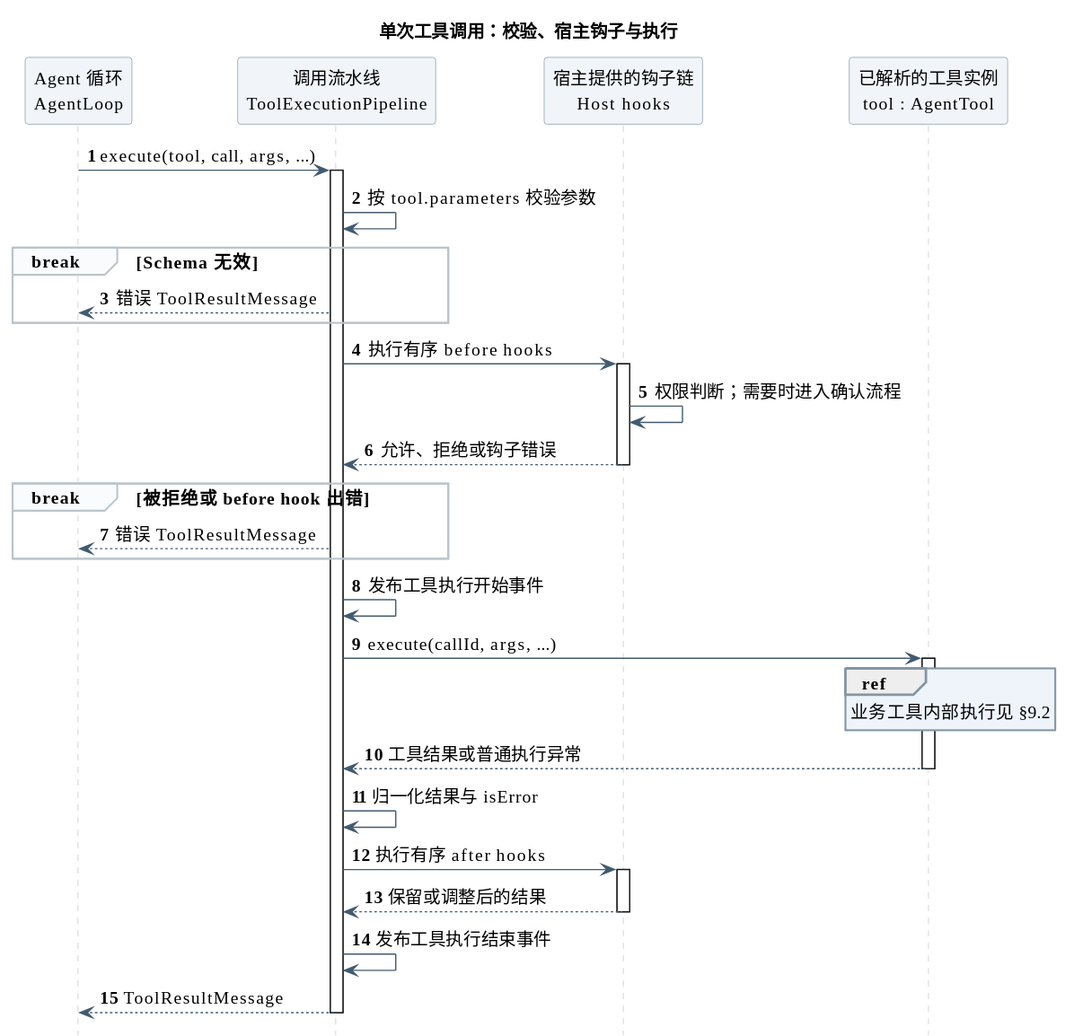
Earlier version of the PlantUML export 01-总体架构/02-CampusClaw工具系统/tool_invocation_pipeline.svg (ssm0808/pi-mono-java-design). Its diagram source:
```plantuml
@startuml
skinparam backgroundColor white
skinparam defaultFontName "PingFang SC"
skinparam defaultFontSize 14
skinparam shadowing false
skinparam sequenceMessageAlign left
skinparam maxMessageSize 210
skinparam sequenceArrowColor #425B70
skinparam sequenceLifeLineBorderColor #BAC4CC
skinparam sequenceParticipantBackgroundColor #F1F5F9
skinparam sequenceParticipantBorderColor #8496A4
skinparam sequenceGroupBackgroundColor #FAFBFC
skinparam sequenceGroupBorderColor #BAC4CC
skinparam sequenceReferenceBackgroundColor #EEF4FA
skinparam sequenceReferenceBorderColor #8496A4
skinparam noteBackgroundColor #FFFBEF
skinparam noteBorderColor #D2C6A5
hide footbox
autonumber

title 单次工具调用：校验、宿主钩子与执行

participant "Agent 循环\nAgentLoop" as Loop
participant "调用流水线\nToolExecutionPipeline" as Pipeline
participant "宿主提供的钩子链\nHost hooks" as Hooks
participant "已解析的工具实例\ntool : AgentTool" as Tool

Loop -> Pipeline ++ : execute(tool, call, args, ...)
Pipeline -> Pipeline : 按 tool.parameters 校验参数
break Schema 无效
  Pipeline --> Loop : 错误 ToolResultMessage
end
Pipeline -> Hooks ++ : 执行有序 before hooks
Hooks -> Hooks : 权限判断；需要时进入确认流程
Hooks --> Pipeline -- : 允许、拒绝或钩子错误
break 被拒绝或 before hook 出错
  Pipeline --> Loop : 错误 ToolResultMessage
end
Pipeline -> Pipeline : 发布工具执行开始事件
Pipeline -> Tool ++ : execute(callId, args, ...)
ref over Tool
  业务工具内部执行见 §9.2
end ref
Tool --> Pipeline -- : 工具结果或普通执行异常
Pipeline -> Pipeline : 归一化结果与 isError
Pipeline -> Hooks ++ : 执行有序 after hooks
Hooks --> Pipeline -- : 保留或调整后的结果
Pipeline -> Pipeline : 发布工具执行结束事件
Pipeline --> Loop -- : ToolResultMessage
@enduml
```
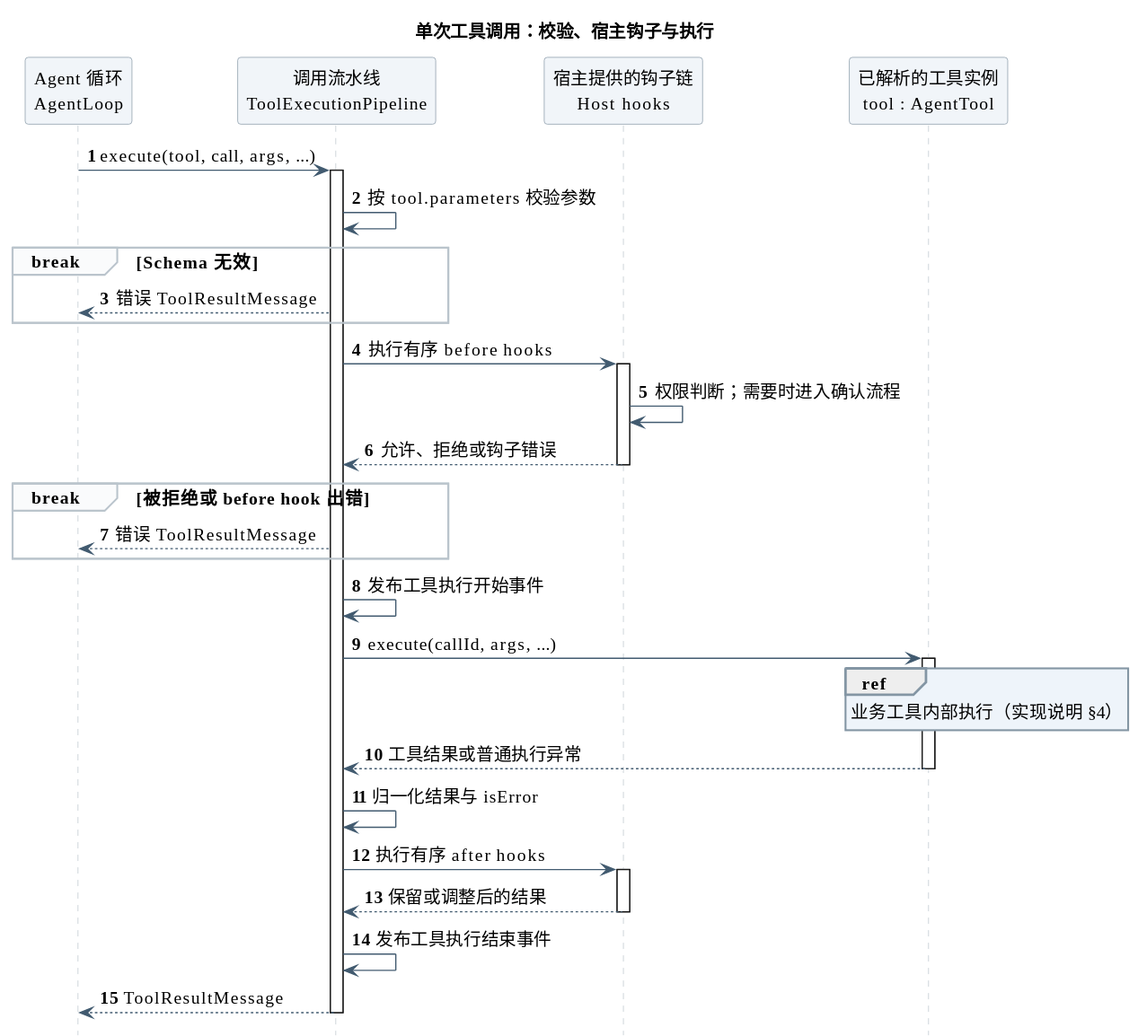
The same file after the commit.

Change to the diagram source:
```diff
@@ -39,7 +39,7 @@
 Pipeline -> Pipeline : 发布工具执行开始事件
 Pipeline -> Tool ++ : execute(callId, args, ...)
 ref over Tool
-  业务工具内部执行见 §9.2
+  业务工具内部执行（实现说明 §4）
 end ref
 Tool --> Pipeline -- : 工具结果或普通执行异常
 Pipeline -> Pipeline : 归一化结果与 isError
```
